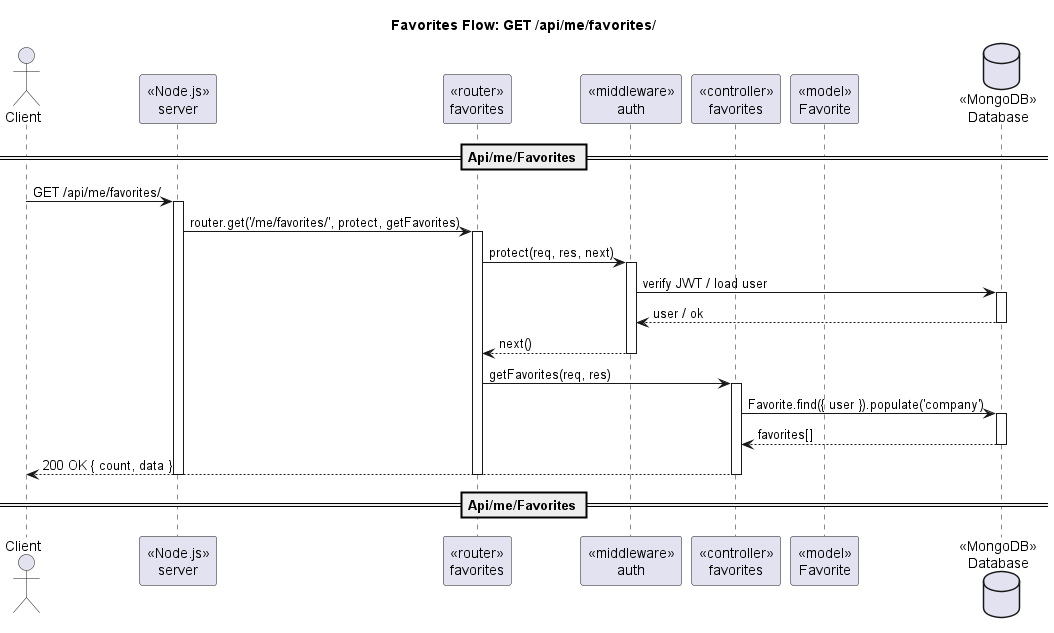
Above: out/docs/diagram/sequence/seq_me_favorites_get.png in 098ff/ArtmaybeDEV (PlantUML), before the change.
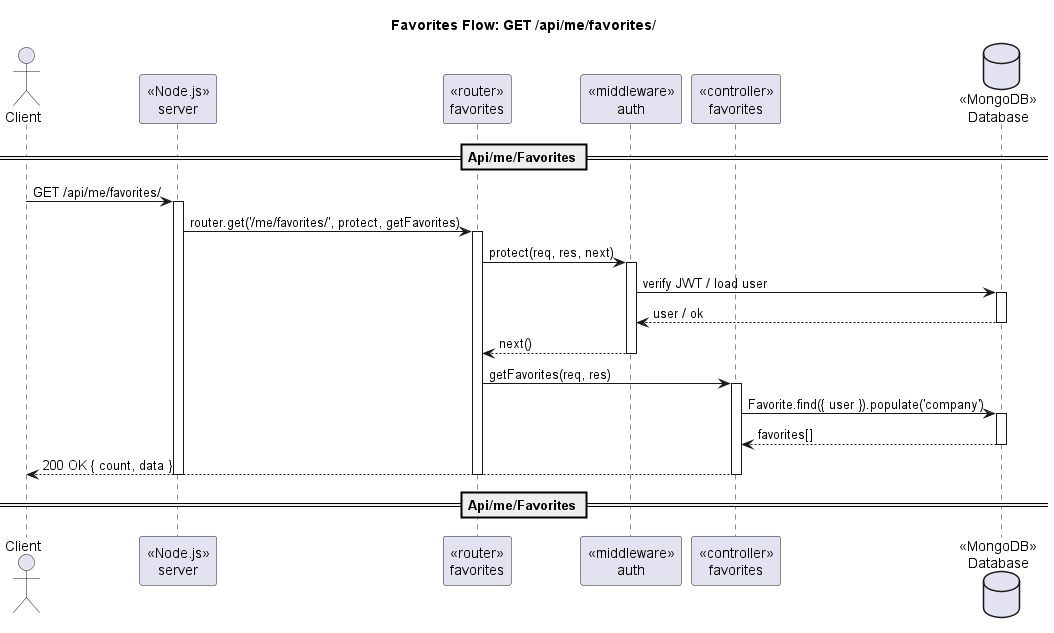
Later version of the same file.

The edit, as a diff of the source:
```diff
@@ -5,7 +5,6 @@
 participant "«router»\nfavorites" as Router
 participant "«middleware»\nauth" as AuthMW
 participant "«controller»\nfavorites" as Ctrl
-participant "«model»\nFavorite" as FavoriteModel
 database "«MongoDB»\nDatabase" as DB
 
 == Api/me/Favorites ==
```
